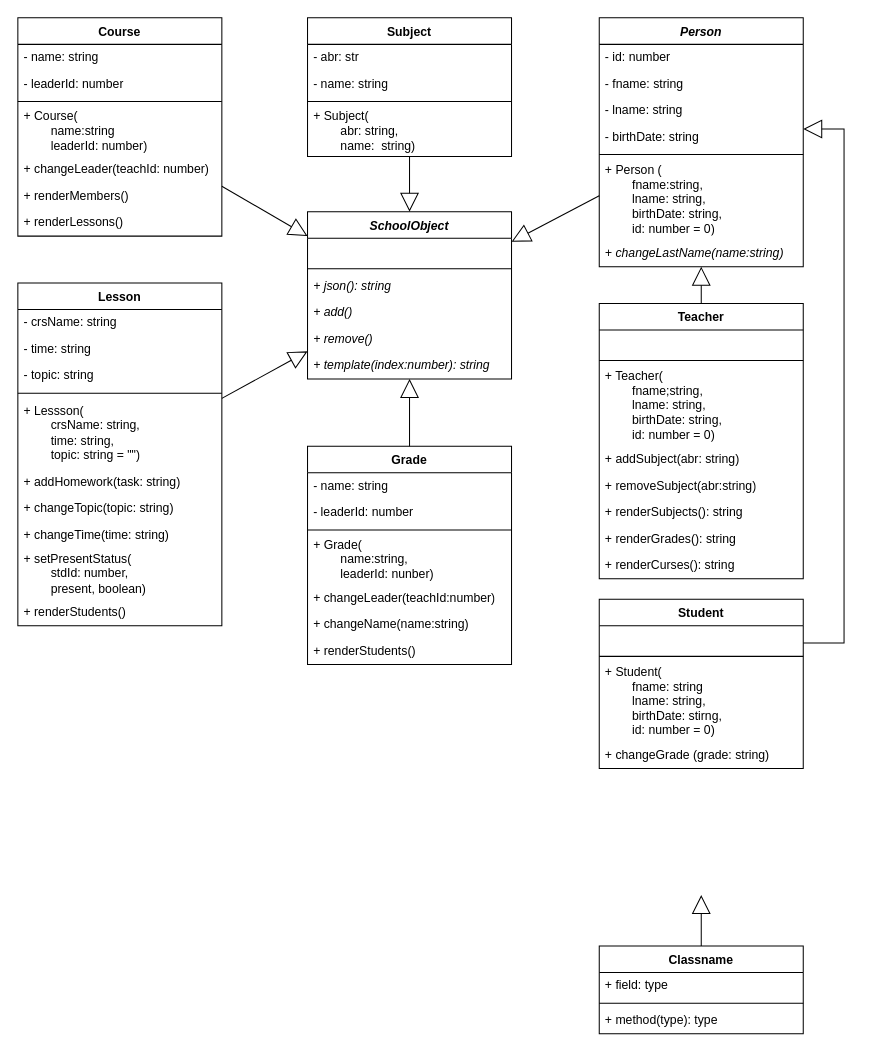
Earlier version of the draw.io diagram drafts/frontend.drawio (elma1989/teach). Source tidied: cells renumbered, new cells numbered last; positions are measured from the earlier drawing's top-left corner, leaving out a move shared by most shapes. Both pictures are drawn from the tidied source at 102%, with x=0, y=0 at pixel (17, 17).
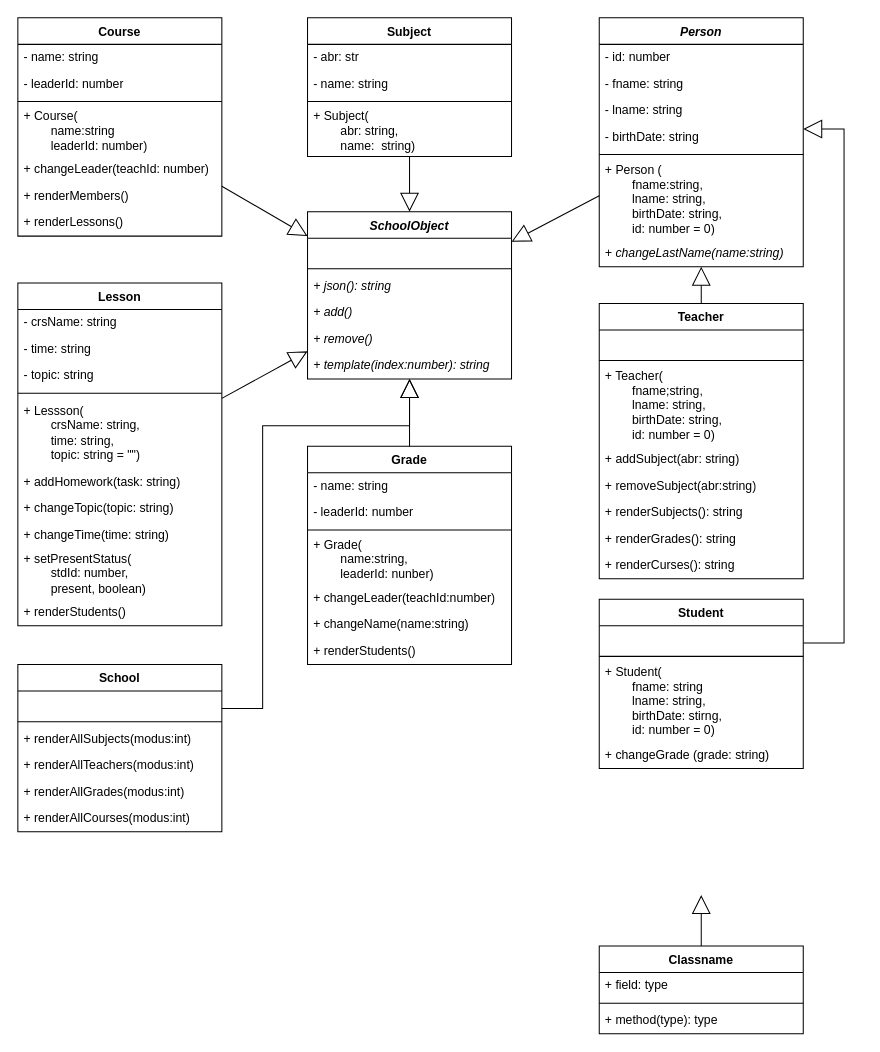
The same page after the edit.

Unchanged cells that the change refers to:
```xml
<mxCell id="7" value="SchoolObject" style="swimlane;fontStyle=3;align=center;verticalAlign=top;horizontal=1;startSize=26;whiteSpace=wrap;html=1;" parent="1" vertex="1">
  <mxGeometry x="284" y="190" width="200" height="164" as="geometry" />
</mxCell>
```

Change to the diagram source:
```diff
@@
+    <mxCell id="75" value="School" style="swimlane;fontStyle=1;align=center;verticalAlign=top;horizontal=1;startSize=26;whiteSpace=wrap;html=1;" parent="1" vertex="1">
+      <mxGeometry y="634" width="200" height="164" as="geometry" />
+    </mxCell>
+    <mxCell id="76" value="&amp;nbsp;" style="text;strokeColor=none;fillColor=none;align=left;verticalAlign=middle;spacingLeft=4;spacingRight=4;overflow=hidden;whiteSpace=wrap;html=1;" parent="75" vertex="1">
+      <mxGeometry y="26" width="200" height="26" as="geometry" />
+    </mxCell>
+    <mxCell id="77" style="line;strokeWidth=1;fillColor=none;align=left;verticalAlign=middle;spacingTop=-1;spacingLeft=3;spacingRight=3;labelPosition=right;strokeColor=inherit;" parent="75" vertex="1">
+      <mxGeometry y="52" width="200" height="8" as="geometry" />
+    </mxCell>
+    <mxCell id="78" value="+ renderAllSubjects(modus:int)" style="text;strokeColor=none;fillColor=none;align=left;verticalAlign=middle;spacingLeft=4;spacingRight=4;overflow=hidden;whiteSpace=wrap;html=1;" parent="75" vertex="1">
+      <mxGeometry y="60" width="200" height="26" as="geometry" />
+    </mxCell>
+    <mxCell id="79" value="+ renderAllTeachers(modus:int)" style="text;strokeColor=none;fillColor=none;align=left;verticalAlign=middle;spacingLeft=4;spacingRight=4;overflow=hidden;whiteSpace=wrap;html=1;" parent="75" vertex="1">
+      <mxGeometry y="86" width="200" height="26" as="geometry" />
+    </mxCell>
+    <mxCell id="80" value="+ renderAllGrades(modus:int)" style="text;strokeColor=none;fillColor=none;align=left;verticalAlign=middle;spacingLeft=4;spacingRight=4;overflow=hidden;whiteSpace=wrap;html=1;" parent="75" vertex="1">
+      <mxGeometry y="112" width="200" height="26" as="geometry" />
+    </mxCell>
+    <mxCell id="81" value="+ renderAllCourses(modus:int)" style="text;strokeColor=none;fillColor=none;align=left;verticalAlign=middle;spacingLeft=4;spacingRight=4;overflow=hidden;whiteSpace=wrap;html=1;" parent="75" vertex="1">
+      <mxGeometry y="138" width="200" height="26" as="geometry" />
+    </mxCell>
+    <mxCell id="82" style="endArrow=block;endSize=16;endFill=0;html=1;rounded=0;edgeStyle=orthogonalEdgeStyle;" parent="1" edge="1" source="75" target="7">
+      <mxGeometry relative="1" as="geometry">
+        <Array as="points">
+          <mxPoint x="240" y="677" />
+          <mxPoint x="240" y="400" />
+          <mxPoint x="384" y="400" />
+        </Array>
+      </mxGeometry>
+    </mxCell>
```
